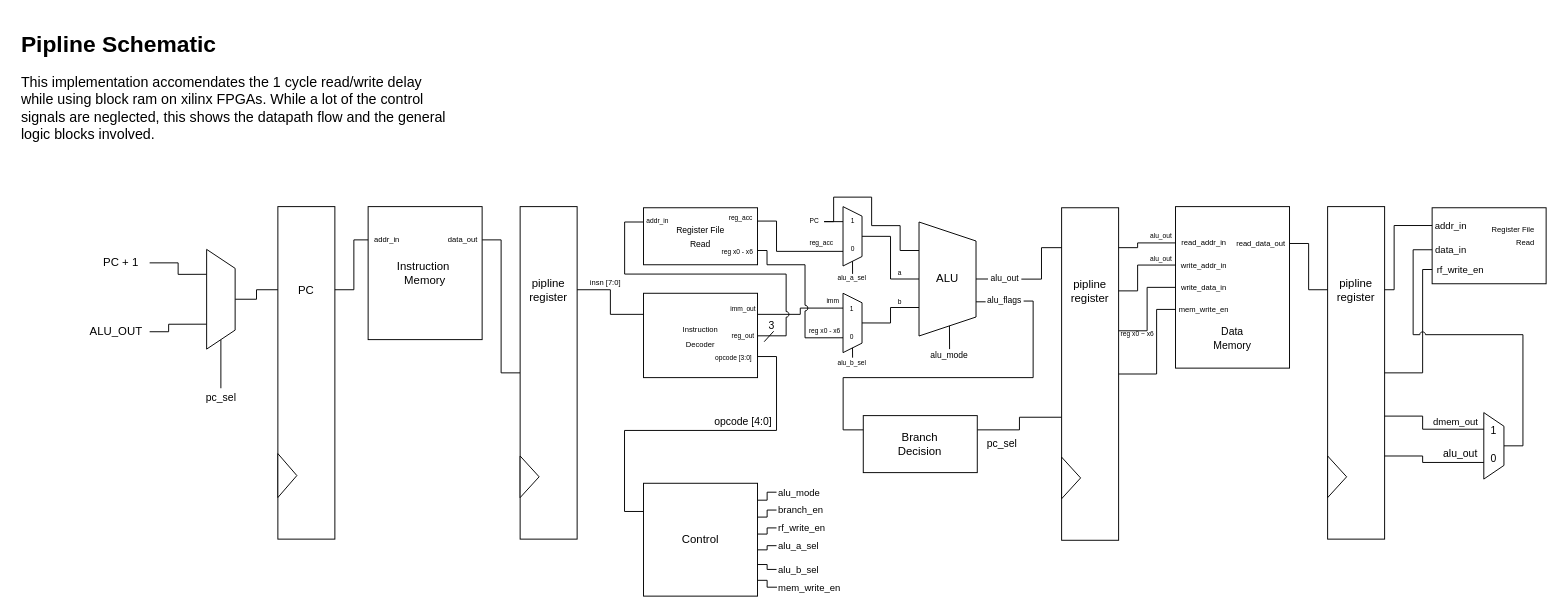
Earlier version of the draw.io diagram info/fpga pipline.drawio (AndersonHsieh0330/softcore_cpu). Source tidied: cells renumbered, new cells numbered last; positions are measured from the earlier drawing's top-left corner, leaving out a move shared by most shapes. Both pictures are drawn from the tidied source at 95%, with x=0, y=0 at pixel (16, 26).
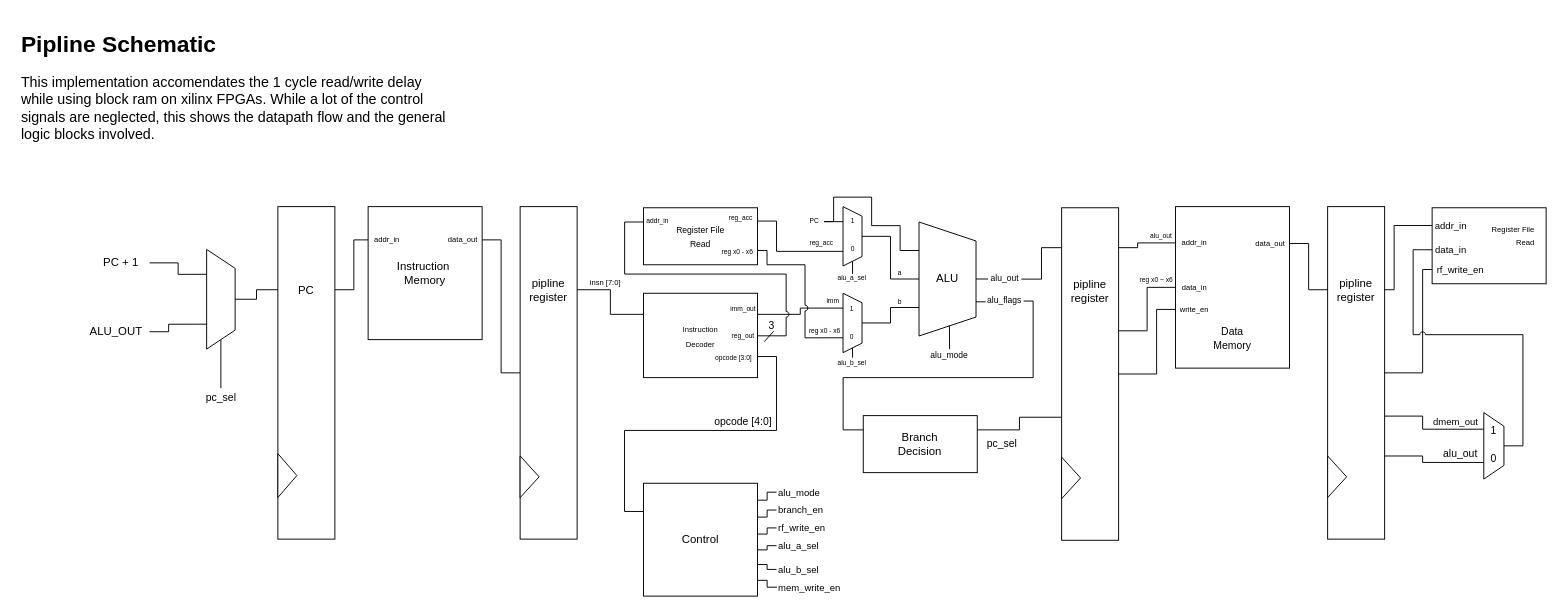
Above is the later version.

The change refers to these unchanged cells:
```xml
<mxCell id="99" style="rounded=0;whiteSpace=wrap;html=1;points=[[0,0,0,0,0],[0,0.12,0,0,0],[0,0.25,0,0,0],[0,0.37,0,0,0],[0,0.5,0,0,0],[0,0.63,0,0,0],[0,0.75,0,0,0],[0,0.88,0,0,0],[0,1,0,0,0],[0.25,0,0,0,0],[0.25,1,0,0,0],[0.5,0,0,0,0],[0.5,1,0,0,0],[0.75,0,0,0,0],[0.75,1,0,0,0],[1,0,0,0,0],[1,0.12,0,0,0],[1,0.25,0,0,0],[1,0.37,0,0,0],[1,0.5,0,0,0],[1,0.63,0,0,0],[1,0.75,0,0,0],[1,0.88,0,0,0],[1,1,0,0,0]];" parent="98" vertex="1">
  <mxGeometry width="60" height="350" as="geometry" />
</mxCell>
```

Diff of the diagram source:
```diff
@@
-    <mxCell id="67" value="read_data_out" style="text;html=1;strokeColor=none;fillColor=none;align=center;verticalAlign=middle;whiteSpace=wrap;rounded=0;fontSize=8;fontFamily=Helvetica;fontColor=default;" parent="1" vertex="1">
-      <mxGeometry x="1280" y="218.8" width="60" height="20" as="geometry" />
+    <mxCell id="67" value="data_out" style="text;html=1;strokeColor=none;fillColor=none;align=center;verticalAlign=middle;whiteSpace=wrap;rounded=0;fontSize=8;fontFamily=Helvetica;fontColor=default;" parent="1" vertex="1">
+      <mxGeometry x="1300" y="218.8" width="40" height="20" as="geometry" />
     </mxCell>
-    <mxCell id="68" value="read_addr_in" style="text;html=1;strokeColor=none;fillColor=none;align=center;verticalAlign=middle;whiteSpace=wrap;rounded=0;fontSize=8;fontFamily=Helvetica;fontColor=default;" parent="1" vertex="1">
-      <mxGeometry x="1220" y="218.2" width="60" height="20" as="geometry" />
+    <mxCell id="68" value="addr_in" style="text;html=1;strokeColor=none;fillColor=none;align=center;verticalAlign=middle;whiteSpace=wrap;rounded=0;fontSize=8;fontFamily=Helvetica;fontColor=default;" parent="1" vertex="1">
+      <mxGeometry x="1220" y="218.2" width="40" height="20" as="geometry" />
     </mxCell>
-    <mxCell id="69" value="write_addr_in" style="text;html=1;strokeColor=none;fillColor=none;align=center;verticalAlign=middle;whiteSpace=wrap;rounded=0;fontSize=8;fontFamily=Helvetica;fontColor=default;" parent="1" vertex="1">
-      <mxGeometry x="1219.9" y="241.5" width="60.1" height="20" as="geometry" />
-    </mxCell>
-    <mxCell id="70" value="write_data_in" style="text;html=1;strokeColor=none;fillColor=none;align=center;verticalAlign=middle;whiteSpace=wrap;rounded=0;fontSize=8;fontFamily=Helvetica;fontColor=default;" parent="1" vertex="1">
-      <mxGeometry x="1219.9" y="265" width="60.1" height="20" as="geometry" />
+    <mxCell id="70" value="data_in" style="text;html=1;strokeColor=none;fillColor=none;align=center;verticalAlign=middle;whiteSpace=wrap;rounded=0;fontSize=8;fontFamily=Helvetica;fontColor=default;" parent="1" vertex="1">
+      <mxGeometry x="1219.9" y="265" width="40.1" height="20" as="geometry" />
     </mxCell>
@@
-    <mxCell id="102" value="mem_write_en" style="text;html=1;strokeColor=none;fillColor=none;align=center;verticalAlign=middle;whiteSpace=wrap;rounded=0;fontSize=8;fontFamily=Helvetica;fontColor=default;" parent="1" vertex="1">
-      <mxGeometry x="1219.9" y="288.2" width="60.1" height="20" as="geometry" />
+    <mxCell id="102" value="write_en" style="text;html=1;strokeColor=none;fillColor=none;align=center;verticalAlign=middle;whiteSpace=wrap;rounded=0;fontSize=8;fontFamily=Helvetica;fontColor=default;" parent="1" vertex="1">
+      <mxGeometry x="1219.9" y="288.2" width="40.1" height="20" as="geometry" />
     </mxCell>
@@
-    <mxCell id="105" style="edgeStyle=orthogonalEdgeStyle;shape=connector;rounded=0;jettySize=auto;html=1;exitX=0;exitY=0.5;exitDx=0;exitDy=0;entryX=1;entryY=0.25;entryDx=0;entryDy=0;entryPerimeter=0;labelBackgroundColor=default;strokeColor=default;align=center;verticalAlign=middle;fontFamily=Helvetica;fontSize=11;fontColor=default;endArrow=none;endFill=0;" parent="1" edge="1" source="69" target="99">
-      <mxGeometry relative="1" as="geometry">
-        <Array as="points">
-          <mxPoint x="1180" y="252" />
-          <mxPoint x="1180" y="279" />
-        </Array>
-      </mxGeometry>
-    </mxCell>
@@
     <mxCell id="115" value="reg x0 ~ x6" style="text;html=1;strokeColor=none;fillColor=none;align=center;verticalAlign=middle;whiteSpace=wrap;rounded=0;fontSize=7;fontFamily=Helvetica;fontColor=default;" parent="1" vertex="1">
-      <mxGeometry x="1160" y="319.5" width="40" height="11" as="geometry" />
+      <mxGeometry x="1180" y="262.1" width="40" height="11" as="geometry" />
     </mxCell>
-    <mxCell id="116" value="alu_out" style="text;html=1;strokeColor=none;fillColor=none;align=center;verticalAlign=middle;whiteSpace=wrap;rounded=0;fontSize=7;fontFamily=Helvetica;fontColor=default;" parent="1" vertex="1">
-      <mxGeometry x="1190" y="240.2" width="30" height="11" as="geometry" />
-    </mxCell>
```
